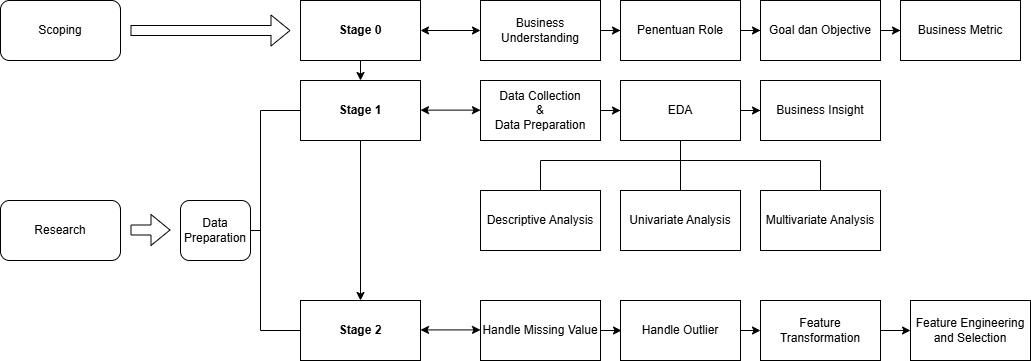
Podjan/ResNet2 keeps this draw.io diagram as images/drawioflow.png. Above is the earlier version. Source tidied: cells renumbered, new cells last; positions are measured from the earlier drawing's top-left corner, leaving out a move shared by most shapes.
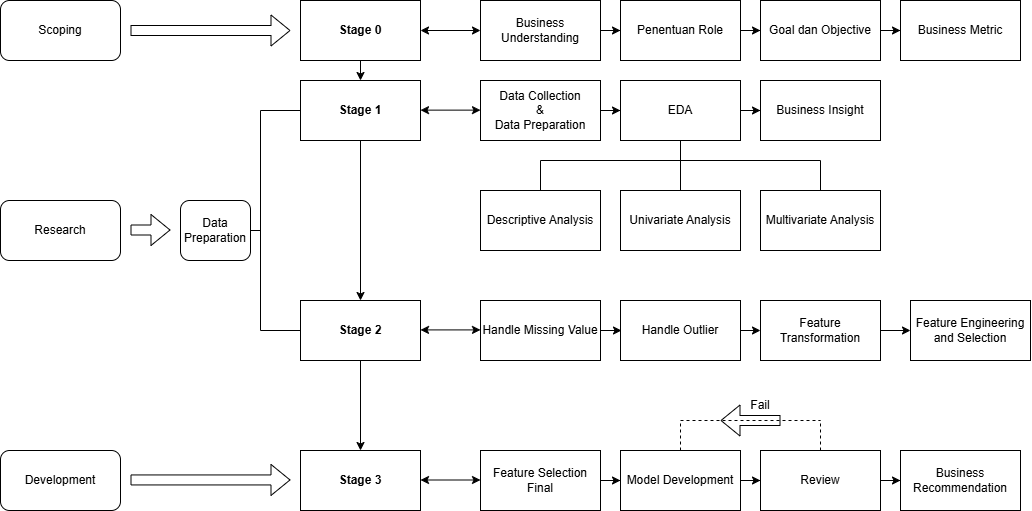
After the commit.

Change to the diagram source:
```diff
@@ -175,5 +175,76 @@
         <mxPoint x="260" y="230" as="targetPoint" />
       </mxGeometry>
     </mxCell>
+    <mxCell id="45" style="endArrow=classic;html=1;rounded=0;" parent="1" edge="1">
+      <mxGeometry relative="1" as="geometry">
+        <mxPoint x="360" y="360" as="sourcePoint" />
+        <mxPoint x="360" y="450" as="targetPoint" />
+      </mxGeometry>
+    </mxCell>
+    <mxCell id="46" value="&lt;b&gt;Stage 3&lt;/b&gt;" style="rounded=0;whiteSpace=wrap;html=1;" parent="1" vertex="1">
+      <mxGeometry x="300" y="450" width="120" height="60" as="geometry" />
+    </mxCell>
+    <mxCell id="47" style="endArrow=classic;startArrow=classic;html=1;rounded=0;entryX=0;entryY=0.5;entryDx=0;entryDy=0;" parent="1" edge="1">
+      <mxGeometry relative="1" as="geometry">
+        <mxPoint x="420" y="479.5" as="sourcePoint" />
+        <mxPoint x="480" y="479.5" as="targetPoint" />
+      </mxGeometry>
+    </mxCell>
+    <mxCell id="48" style="edgeStyle=orthogonalEdgeStyle;rounded=0;jettySize=auto;html=1;" parent="1" edge="1" source="49" target="51">
+      <mxGeometry relative="1" as="geometry" />
+    </mxCell>
+    <mxCell id="49" value="Feature Selection Final" style="rounded=0;whiteSpace=wrap;html=1;" parent="1" vertex="1">
+      <mxGeometry x="480" y="450" width="120" height="60" as="geometry" />
+    </mxCell>
+    <mxCell id="50" style="edgeStyle=orthogonalEdgeStyle;rounded=0;jettySize=auto;html=1;" parent="1" edge="1" source="51" target="53">
+      <mxGeometry relative="1" as="geometry" />
+    </mxCell>
+    <mxCell id="51" value="Model Development" style="rounded=0;whiteSpace=wrap;html=1;" parent="1" vertex="1">
+      <mxGeometry x="620" y="450" width="120" height="60" as="geometry" />
+    </mxCell>
+    <mxCell id="52" style="edgeStyle=orthogonalEdgeStyle;rounded=0;jettySize=auto;html=1;" parent="1" edge="1" source="53" target="54">
+      <mxGeometry relative="1" as="geometry" />
+    </mxCell>
+    <mxCell id="53" value="Review" style="rounded=0;whiteSpace=wrap;html=1;" parent="1" vertex="1">
+      <mxGeometry x="760" y="450" width="120" height="60" as="geometry" />
+    </mxCell>
+    <mxCell id="54" value="Business Recommendation" style="rounded=0;whiteSpace=wrap;html=1;" parent="1" vertex="1">
+      <mxGeometry x="900" y="450" width="120" height="60" as="geometry" />
+    </mxCell>
+    <mxCell id="55" style="endArrow=none;dashed=1;html=1;rounded=0;" parent="1" edge="1">
+      <mxGeometry relative="1" as="geometry">
+        <mxPoint x="820" y="450" as="sourcePoint" />
+        <mxPoint x="820" y="420" as="targetPoint" />
+      </mxGeometry>
+    </mxCell>
+    <mxCell id="56" style="endArrow=none;dashed=1;html=1;rounded=0;" parent="1" edge="1">
+      <mxGeometry relative="1" as="geometry">
+        <mxPoint x="680" y="420" as="sourcePoint" />
+        <mxPoint x="820" y="420" as="targetPoint" />
+      </mxGeometry>
+    </mxCell>
+    <mxCell id="57" style="endArrow=none;dashed=1;html=1;rounded=0;exitX=0.5;exitY=0;exitDx=0;exitDy=0;" parent="1" edge="1" source="51">
+      <mxGeometry relative="1" as="geometry">
+        <mxPoint x="680" y="420" as="targetPoint" />
+      </mxGeometry>
+    </mxCell>
+    <mxCell id="58" style="shape=flexArrow;endArrow=classic;html=1;rounded=0;" parent="1" edge="1">
+      <mxGeometry relative="1" as="geometry">
+        <mxPoint x="780" y="420" as="sourcePoint" />
+        <mxPoint x="720" y="420" as="targetPoint" />
+      </mxGeometry>
+    </mxCell>
+    <mxCell id="59" value="Fail" style="text;html=1;align=center;verticalAlign=middle;whiteSpace=wrap;rounded=0;" parent="1" vertex="1">
+      <mxGeometry x="740" y="400" width="40" height="10" as="geometry" />
+    </mxCell>
+    <mxCell id="60" value="Development" style="rounded=1;whiteSpace=wrap;html=1;" parent="1" vertex="1">
+      <mxGeometry y="450" width="120" height="60" as="geometry" />
+    </mxCell>
+    <mxCell id="61" style="shape=flexArrow;endArrow=classic;html=1;rounded=0;" parent="1" edge="1">
+      <mxGeometry relative="1" as="geometry">
+        <mxPoint x="130" y="479.4" as="sourcePoint" />
+        <mxPoint x="290" y="479.4" as="targetPoint" />
+      </mxGeometry>
+    </mxCell>
   </root>
 </mxGraphModel>
```
